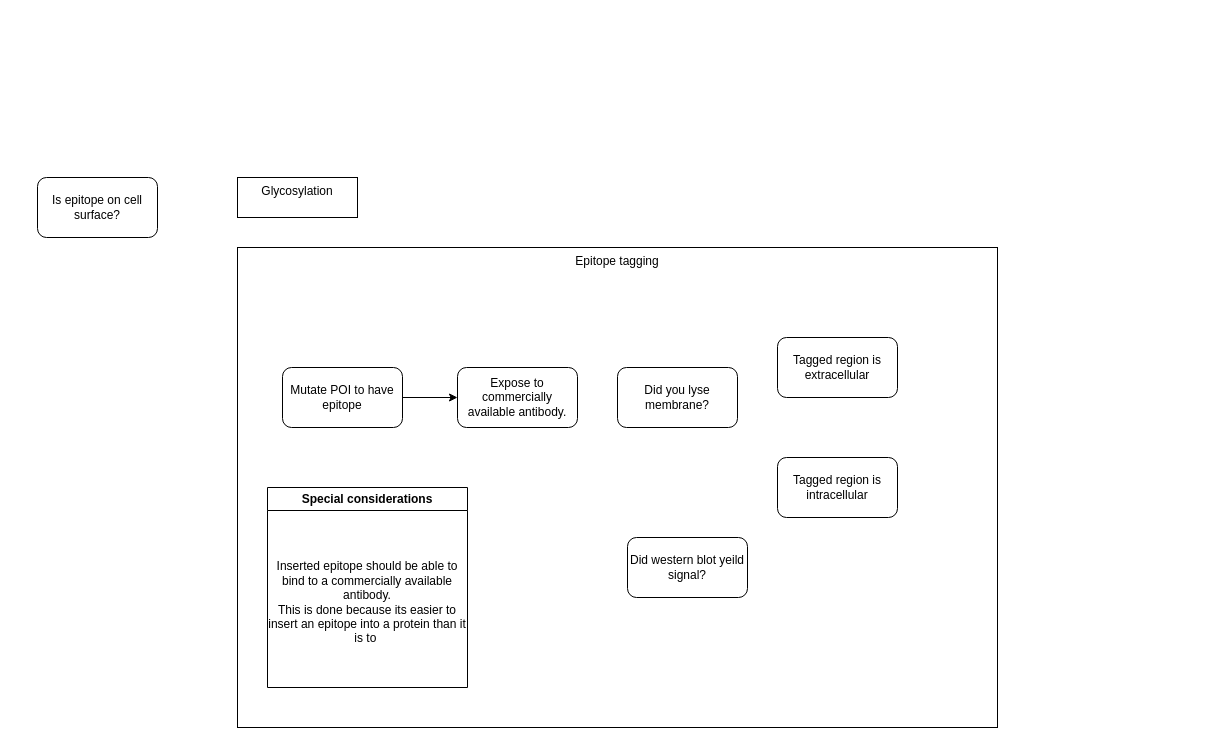
This is Lab_techniques.drawio from SyndicateSeahorse/lab_stuff, a draw.io file, before an edit. Source tidied: cells renumbered, new cells numbered last; positions are measured from the earlier drawing's top-left corner, leaving out a move shared by most shapes. Both pictures are drawn from the tidied source at 100%, with x=0, y=0 at pixel (37, 177).
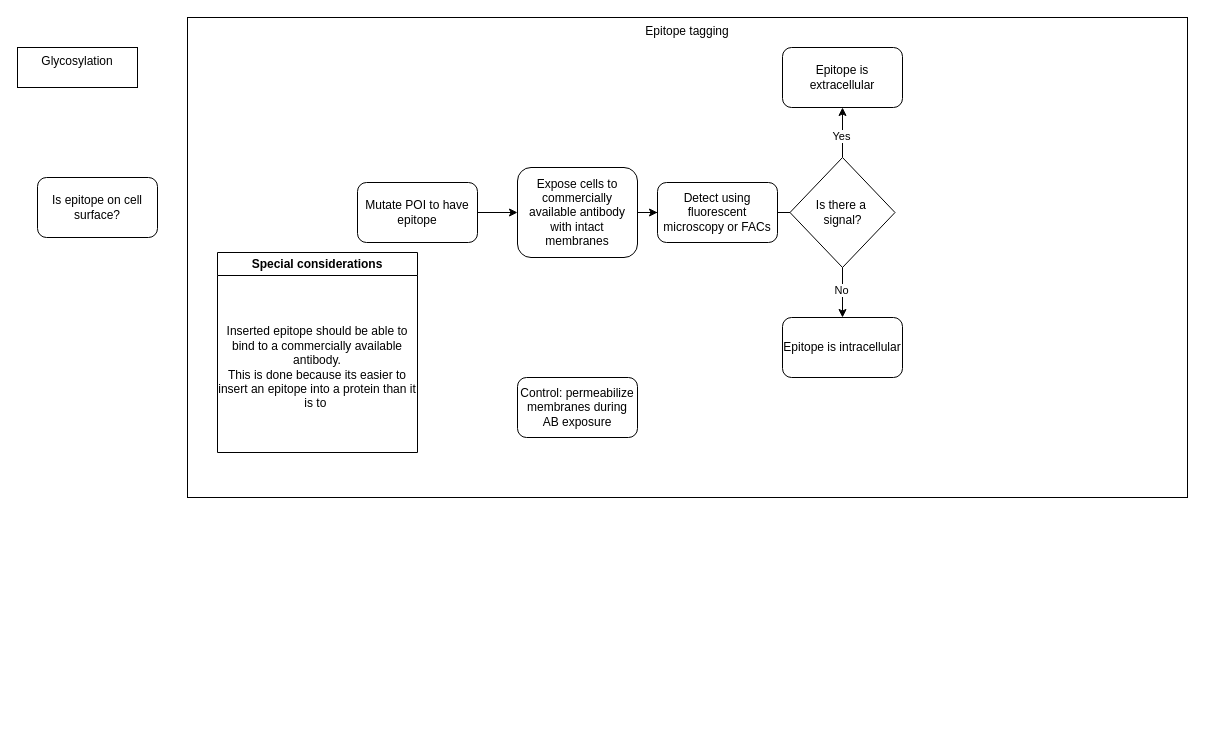
The same diagram, later.

Change to the diagram source:
```diff
@@
-    <mxCell id="3" value="Glycosylation" style="rounded=0;whiteSpace=wrap;html=1;verticalAlign=top;" parent="1" vertex="1" collapsed="1">
-      <mxGeometry x="200" width="120" height="40" as="geometry" />
-    </mxCell>
+    <mxCell id="14" style="group;rounded=0;sketch=1;curveFitting=1;jiggle=2;" parent="1" vertex="1">
+      <mxGeometry x="150" y="-160" width="1000" height="480" as="geometry" />
+    </mxCell>
-    <mxCell id="4" value="Epitope tagging" style="rounded=0;whiteSpace=wrap;html=1;verticalAlign=top;" parent="1" vertex="1">
-      <mxGeometry x="200" y="70" width="760" height="480" as="geometry" />
+    <mxCell id="4" value="Epitope tagging" style="rounded=0;whiteSpace=wrap;html=1;verticalAlign=top;" parent="14" vertex="1">
+      <mxGeometry width="1000" height="480" as="geometry" />
     </mxCell>
     <mxCell id="5" value="Special considerations" style="swimlane;whiteSpace=wrap;html=1;" parent="4" vertex="1">
-      <mxGeometry x="30" y="240" width="200" height="200" as="geometry" />
+      <mxGeometry x="30" y="235" width="200" height="200" as="geometry" />
     </mxCell>
@@
+    <mxCell id="15" value="Epitope is intracellular" style="rounded=1;whiteSpace=wrap;html=1;" parent="4" vertex="1">
+      <mxGeometry x="595" y="300" width="120" height="60" as="geometry" />
+    </mxCell>
+    <mxCell id="16" style="edgeStyle=orthogonalEdgeStyle;rounded=0;jettySize=auto;html=1;exitX=1;exitY=0.5;exitDx=0;exitDy=0;" parent="4" edge="1" source="9">
+      <mxGeometry relative="1" as="geometry">
+        <mxPoint x="615" y="195" as="targetPoint" />
+      </mxGeometry>
+    </mxCell>
+    <mxCell id="9" value="Expose cells to commercially available antibody with intact membranes" style="rounded=1;whiteSpace=wrap;html=1;" parent="4" vertex="1">
+      <mxGeometry x="330" y="150" width="120" height="90" as="geometry" />
+    </mxCell>
+    <mxCell id="17" style="edgeStyle=orthogonalEdgeStyle;rounded=0;jettySize=auto;html=1;" parent="4" edge="1" source="20">
+      <mxGeometry relative="1" as="geometry">
+        <mxPoint x="615" y="195" as="targetPoint" />
+      </mxGeometry>
+    </mxCell>
+    <mxCell id="18" value="Control: permeabilize membranes during AB exposure" style="rounded=1;whiteSpace=wrap;html=1;" parent="4" vertex="1">
+      <mxGeometry x="330" y="360" width="120" height="60" as="geometry" />
+    </mxCell>
+    <mxCell id="19" style="edgeStyle=orthogonalEdgeStyle;rounded=0;jettySize=auto;html=1;" parent="4" edge="1" source="9" target="20">
+      <mxGeometry relative="1" as="geometry" />
+    </mxCell>
+    <mxCell id="20" value="Detect using fluorescent microscopy or FACs" style="rounded=1;whiteSpace=wrap;html=1;" parent="4" vertex="1">
+      <mxGeometry x="470" y="165" width="120" height="60" as="geometry" />
+    </mxCell>
+    <mxCell id="21" value="Epitope is extracellular" style="rounded=1;whiteSpace=wrap;html=1;" parent="14" vertex="1">
+      <mxGeometry x="595" y="30" width="120" height="60" as="geometry" />
+    </mxCell>
+    <mxCell id="22" style="edgeStyle=orthogonalEdgeStyle;rounded=0;jettySize=auto;html=1;exitX=0.5;exitY=0;exitDx=0;exitDy=0;" parent="14" edge="1" source="24" target="21">
+      <mxGeometry relative="1" as="geometry" />
+    </mxCell>
+    <mxCell id="23" value="Yes" style="edgeLabel;html=1;align=center;verticalAlign=middle;" parent="22" vertex="1">
+      <mxGeometry x="-0.11" y="2" relative="1" as="geometry" />
+    </mxCell>
+    <mxCell id="8" value="Mutate POI to have epitope" style="rounded=1;whiteSpace=wrap;html=1;" parent="14" vertex="1">
+      <mxGeometry x="170" y="165" width="120" height="60" as="geometry" />
+    </mxCell>
-    <mxCell id="7" style="edgeStyle=orthogonalEdgeStyle;rounded=0;jettySize=auto;html=1;exitX=1;exitY=0.5;exitDx=0;exitDy=0;" parent="4" edge="1" source="8" target="9">
+    <mxCell id="7" style="edgeStyle=orthogonalEdgeStyle;rounded=0;jettySize=auto;html=1;exitX=1;exitY=0.5;exitDx=0;exitDy=0;" parent="14" edge="1" source="8" target="9">
       <mxGeometry relative="1" as="geometry" />
     </mxCell>
-    <mxCell id="8" value="Mutate POI to have epitope" style="rounded=1;whiteSpace=wrap;html=1;" parent="4" vertex="1">
-      <mxGeometry x="45" y="120" width="120" height="60" as="geometry" />
-    </mxCell>
-    <mxCell id="9" value="Expose to commercially available antibody." style="rounded=1;whiteSpace=wrap;html=1;" parent="4" vertex="1">
-      <mxGeometry x="220" y="120" width="120" height="60" as="geometry" />
-    </mxCell>
-    <mxCell id="10" value="Did western blot yeild signal?" style="rounded=1;whiteSpace=wrap;html=1;" parent="4" vertex="1">
-      <mxGeometry x="390" y="290" width="120" height="60" as="geometry" />
-    </mxCell>
-    <mxCell id="11" value="Tagged region is intracellular" style="rounded=1;whiteSpace=wrap;html=1;" parent="4" vertex="1">
-      <mxGeometry x="540" y="210" width="120" height="60" as="geometry" />
-    </mxCell>
-    <mxCell id="12" value="Tagged region is extracellular" style="rounded=1;whiteSpace=wrap;html=1;" parent="4" vertex="1">
-      <mxGeometry x="540" y="90" width="120" height="60" as="geometry" />
-    </mxCell>
-    <mxCell id="13" value="Did you lyse membrane?" style="rounded=1;whiteSpace=wrap;html=1;" parent="4" vertex="1">
-      <mxGeometry x="380" y="120" width="120" height="60" as="geometry" />
-    </mxCell>
+    <mxCell id="24" value="Is there a&amp;nbsp;&lt;br&gt;signal?" style="rhombus;whiteSpace=wrap;html=1;" parent="14" vertex="1">
+      <mxGeometry x="602.5" y="140" width="105" height="110" as="geometry" />
+    </mxCell>
+    <mxCell id="25" style="edgeStyle=orthogonalEdgeStyle;rounded=0;jettySize=auto;html=1;exitX=0.5;exitY=1;exitDx=0;exitDy=0;" parent="14" edge="1" source="24" target="15">
+      <mxGeometry relative="1" as="geometry" />
+    </mxCell>
+    <mxCell id="26" value="No" style="edgeLabel;html=1;align=center;verticalAlign=middle;" parent="25" vertex="1">
+      <mxGeometry x="-0.14" y="-2" relative="1" as="geometry" />
+    </mxCell>
+    <mxCell id="3" value="Glycosylation" style="rounded=0;whiteSpace=wrap;html=1;verticalAlign=top;" parent="1" vertex="1" collapsed="1">
+      <mxGeometry x="-20" y="-130" width="120" height="40" as="geometry" />
+    </mxCell>
```
